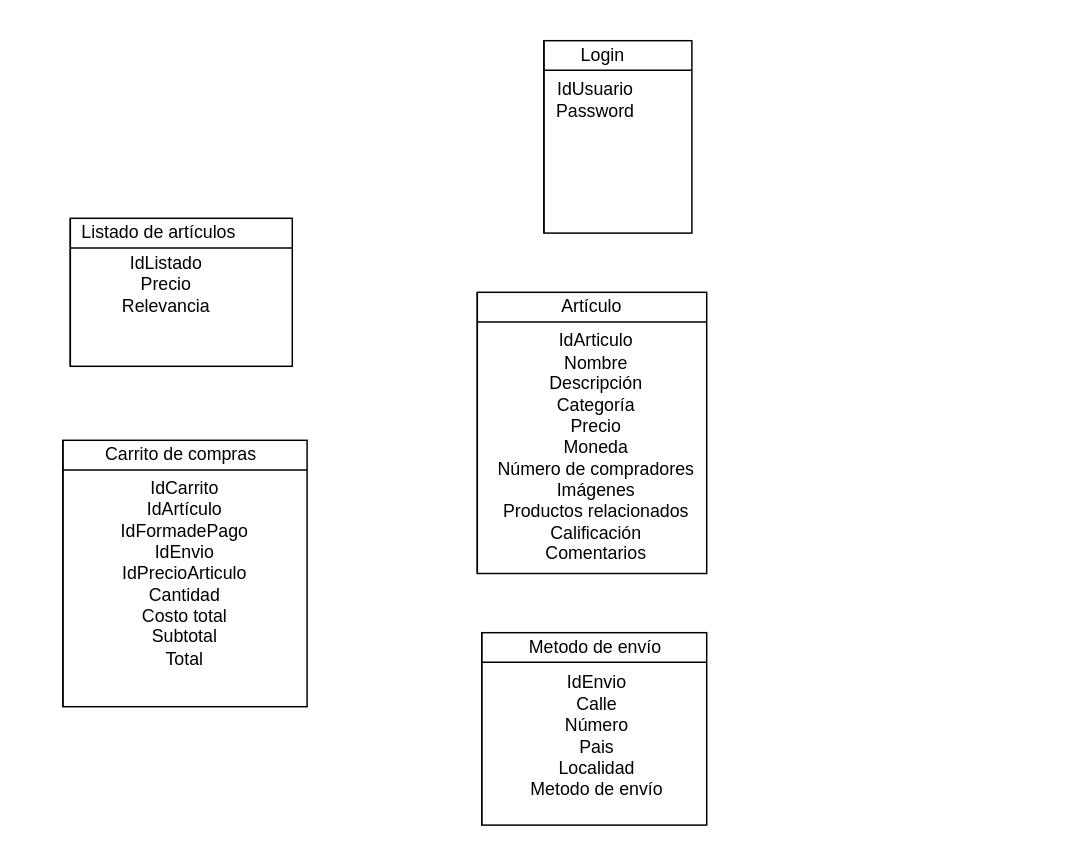
Earlier version of the draw.io diagram Untitled Diagram.drawio (saaleze95/Jap). Source tidied: cells renumbered, new cells numbered last; positions are measured from the earlier drawing's top-left corner, leaving out a move shared by most shapes. Both pictures are drawn from the tidied source at 148%, with x=0, y=0 at pixel (25, 25).
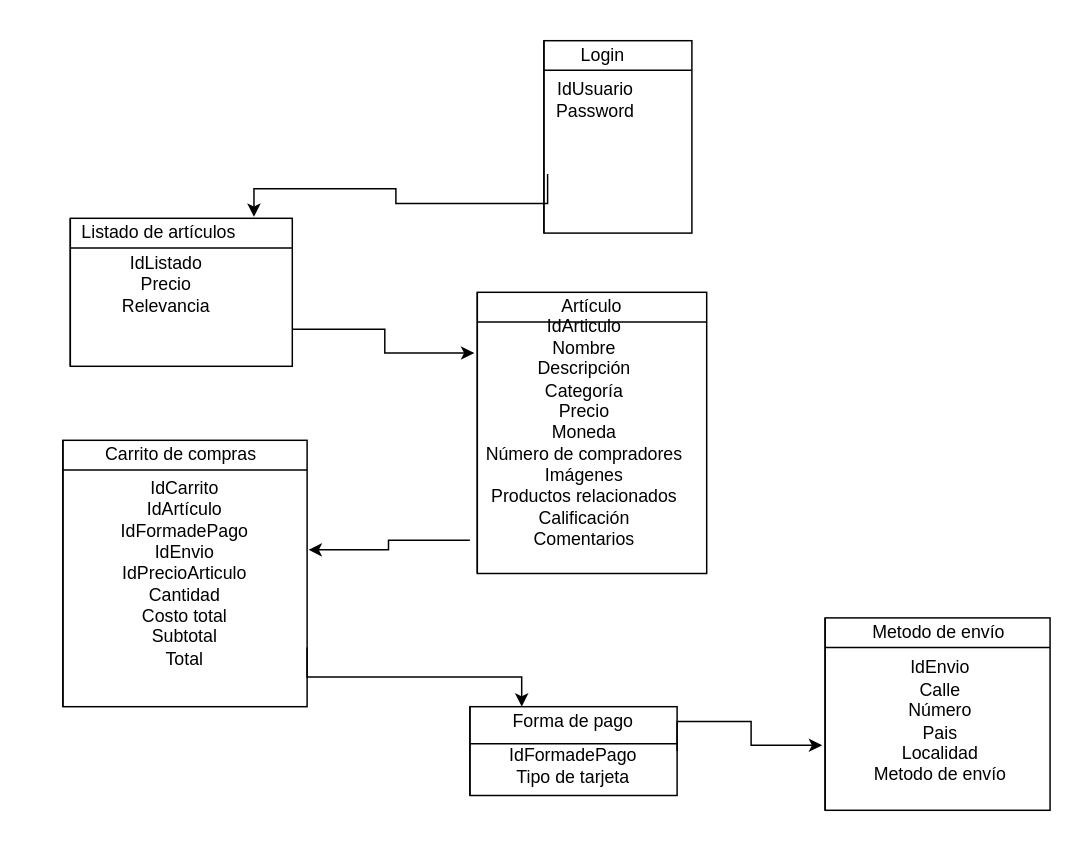
After the change.

Unchanged cells that the change refers to:
```xml
<mxCell id="4" value="IdUsuario&lt;br&gt;Password" style="text;html=1;strokeColor=none;fillColor=none;align=center;verticalAlign=middle;whiteSpace=wrap;rounded=0;" parent="1" vertex="1">
  <mxGeometry x="320" width="130" height="100" as="geometry" />
</mxCell>
<mxCell id="5" style="shape=internalStorage;whiteSpace=wrap;html=1;backgroundOutline=1;dx=0;dy=20;" parent="1" vertex="1">
  <mxGeometry x="30" y="130" width="150" height="100" as="geometry" />
</mxCell>
<mxCell id="6" value="Listado de artículos" style="text;html=1;strokeColor=none;fillColor=none;align=center;verticalAlign=middle;whiteSpace=wrap;rounded=0;" parent="1" vertex="1">
  <mxGeometry y="130" width="180" height="20" as="geometry" />
</mxCell>
<mxCell id="8" style="shape=internalStorage;whiteSpace=wrap;html=1;backgroundOutline=1;dx=0;dy=20;" parent="1" vertex="1">
  <mxGeometry x="305" y="180" width="155" height="190" as="geometry" />
</mxCell>
<mxCell id="13" value="IdCarrito&lt;br&gt;IdArtículo&lt;br&gt;IdFormadePago&lt;br&gt;IdEnvio&lt;br&gt;IdPrecioArticulo&lt;br&gt;Cantidad&lt;br&gt;Costo total&lt;br&gt;Subtotal&lt;br&gt;Total" style="text;html=1;strokeColor=none;fillColor=none;align=center;verticalAlign=middle;whiteSpace=wrap;rounded=0;" parent="1" vertex="1">
  <mxGeometry x="25" y="320" width="165" height="100" as="geometry" />
</mxCell>
```

The edit, as a diff of the source:
```diff
@@
+    <mxCell id="17" style="edgeStyle=orthogonalEdgeStyle;rounded=0;jettySize=auto;html=1;exitX=0.25;exitY=1;exitDx=0;exitDy=0;entryX=0.856;entryY=-0.05;entryDx=0;entryDy=0;entryPerimeter=0;" parent="1" edge="1" source="4" target="6">
+      <mxGeometry relative="1" as="geometry" />
+    </mxCell>
@@
+    <mxCell id="18" style="edgeStyle=orthogonalEdgeStyle;rounded=0;jettySize=auto;html=1;exitX=1;exitY=0.75;exitDx=0;exitDy=0;entryX=-0.013;entryY=0.216;entryDx=0;entryDy=0;entryPerimeter=0;" parent="1" edge="1" source="5" target="8">
+      <mxGeometry relative="1" as="geometry" />
+    </mxCell>
@@
+    <mxCell id="19" style="edgeStyle=orthogonalEdgeStyle;rounded=0;jettySize=auto;html=1;exitX=0;exitY=0.75;exitDx=0;exitDy=0;entryX=1.006;entryY=0.34;entryDx=0;entryDy=0;entryPerimeter=0;" parent="1" edge="1" source="10" target="13">
+      <mxGeometry relative="1" as="geometry" />
+    </mxCell>
     <mxCell id="10" value="IdArticulo&lt;br&gt;Nombre&lt;br&gt;Descripción&lt;br&gt;Categoría&lt;br&gt;Precio&lt;br&gt;Moneda&lt;br&gt;Número de compradores&lt;br&gt;Imágenes&lt;br&gt;Productos relacionados&lt;br&gt;Calificación&lt;br&gt;Comentarios" style="text;html=1;strokeColor=none;fillColor=none;align=center;verticalAlign=middle;whiteSpace=wrap;rounded=0;" parent="1" vertex="1">
-      <mxGeometry x="308" y="140" width="155" height="290" as="geometry" />
+      <mxGeometry x="300" y="130" width="155" height="290" as="geometry" />
     </mxCell>
@@
+    <mxCell id="20" style="edgeStyle=orthogonalEdgeStyle;rounded=0;jettySize=auto;html=1;exitX=1;exitY=1;exitDx=0;exitDy=0;entryX=0.25;entryY=0;entryDx=0;entryDy=0;" parent="1" edge="1" source="13" target="22">
+      <mxGeometry relative="1" as="geometry" />
+    </mxCell>
@@
     <mxCell id="14" style="shape=internalStorage;whiteSpace=wrap;html=1;backgroundOutline=1;dx=0;dy=20;" parent="1" vertex="1">
-      <mxGeometry x="308" y="410" width="152" height="130" as="geometry" />
+      <mxGeometry x="540" y="400" width="152" height="130" as="geometry" />
     </mxCell>
     <mxCell id="15" value="Metodo de envío" style="text;html=1;strokeColor=none;fillColor=none;align=center;verticalAlign=middle;whiteSpace=wrap;rounded=0;" parent="1" vertex="1">
-      <mxGeometry x="310" y="410" width="150" height="20" as="geometry" />
+      <mxGeometry x="542" y="400" width="150" height="20" as="geometry" />
     </mxCell>
     <mxCell id="16" value="IdEnvio&lt;br&gt;Calle&lt;br&gt;Número&lt;br&gt;Pais&lt;br&gt;Localidad&lt;br&gt;Metodo de envío" style="text;html=1;strokeColor=none;fillColor=none;align=center;verticalAlign=middle;whiteSpace=wrap;rounded=0;" parent="1" vertex="1">
-      <mxGeometry x="310.5" y="410" width="150" height="140" as="geometry" />
+      <mxGeometry x="542.5" y="400" width="150" height="140" as="geometry" />
     </mxCell>
+    <mxCell id="21" style="shape=internalStorage;whiteSpace=wrap;html=1;backgroundOutline=1;dx=0;dy=25;" parent="1" vertex="1">
+      <mxGeometry x="300" y="460" width="140" height="60" as="geometry" />
+    </mxCell>
+    <mxCell id="22" value="Forma de pago" style="text;html=1;strokeColor=none;fillColor=none;align=center;verticalAlign=middle;whiteSpace=wrap;rounded=0;" parent="1" vertex="1">
+      <mxGeometry x="300" y="460" width="140" height="20" as="geometry" />
+    </mxCell>
+    <mxCell id="23" style="edgeStyle=orthogonalEdgeStyle;rounded=0;jettySize=auto;html=1;exitX=1;exitY=0;exitDx=0;exitDy=0;entryX=-0.013;entryY=0.662;entryDx=0;entryDy=0;entryPerimeter=0;" parent="1" edge="1" source="24" target="14">
+      <mxGeometry relative="1" as="geometry" />
+    </mxCell>
+    <mxCell id="24" value="IdFormadePago&lt;br&gt;Tipo de tarjeta" style="text;html=1;strokeColor=none;fillColor=none;align=center;verticalAlign=middle;whiteSpace=wrap;rounded=0;" parent="1" vertex="1">
+      <mxGeometry x="300" y="490" width="140" height="20" as="geometry" />
+    </mxCell>
```
